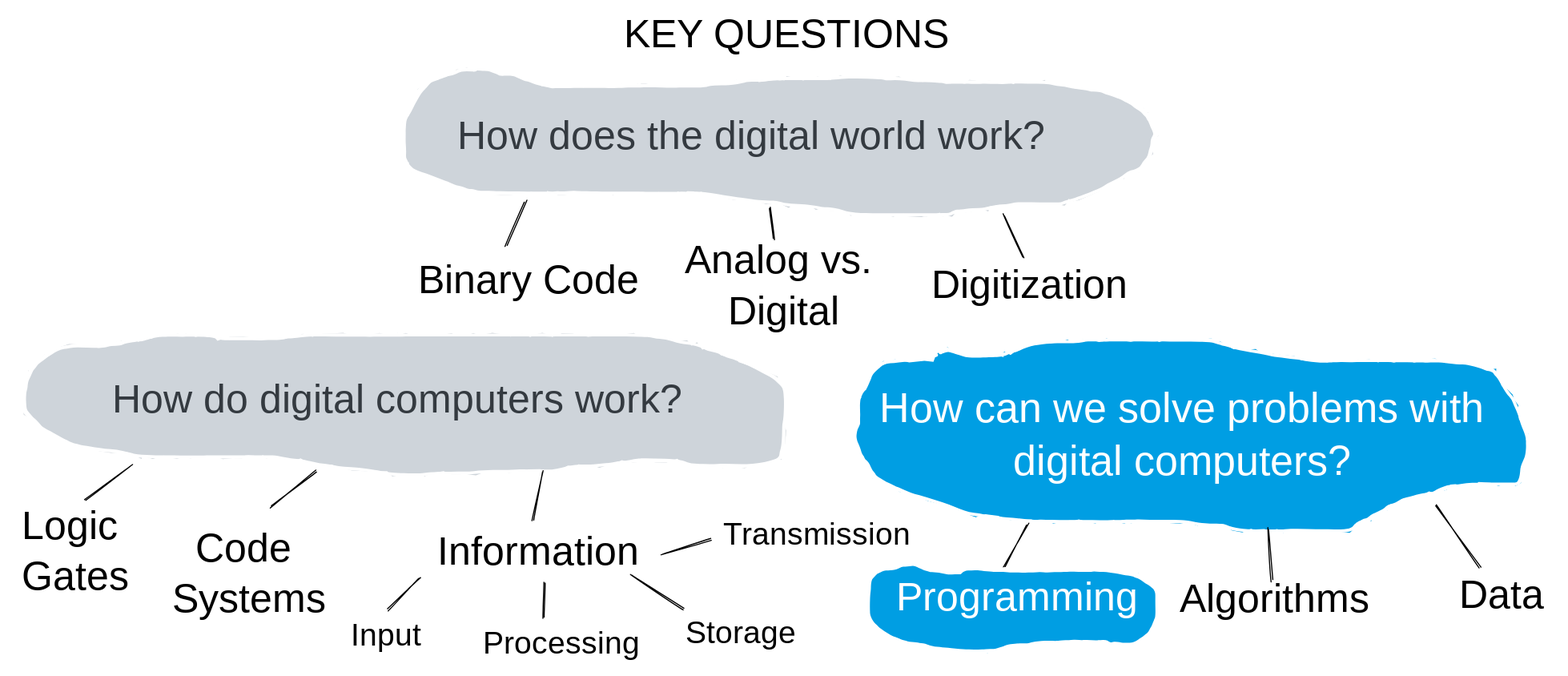
This is .gitbook/assets/file.excalidraw.svg from winf-hsos/winf-docs, a Excalidraw export, as it was before one commit. Source tidied: one line per element, renumbered; positions are measured from the earlier drawing's top-left corner, leaving out a move shared by most shapes.
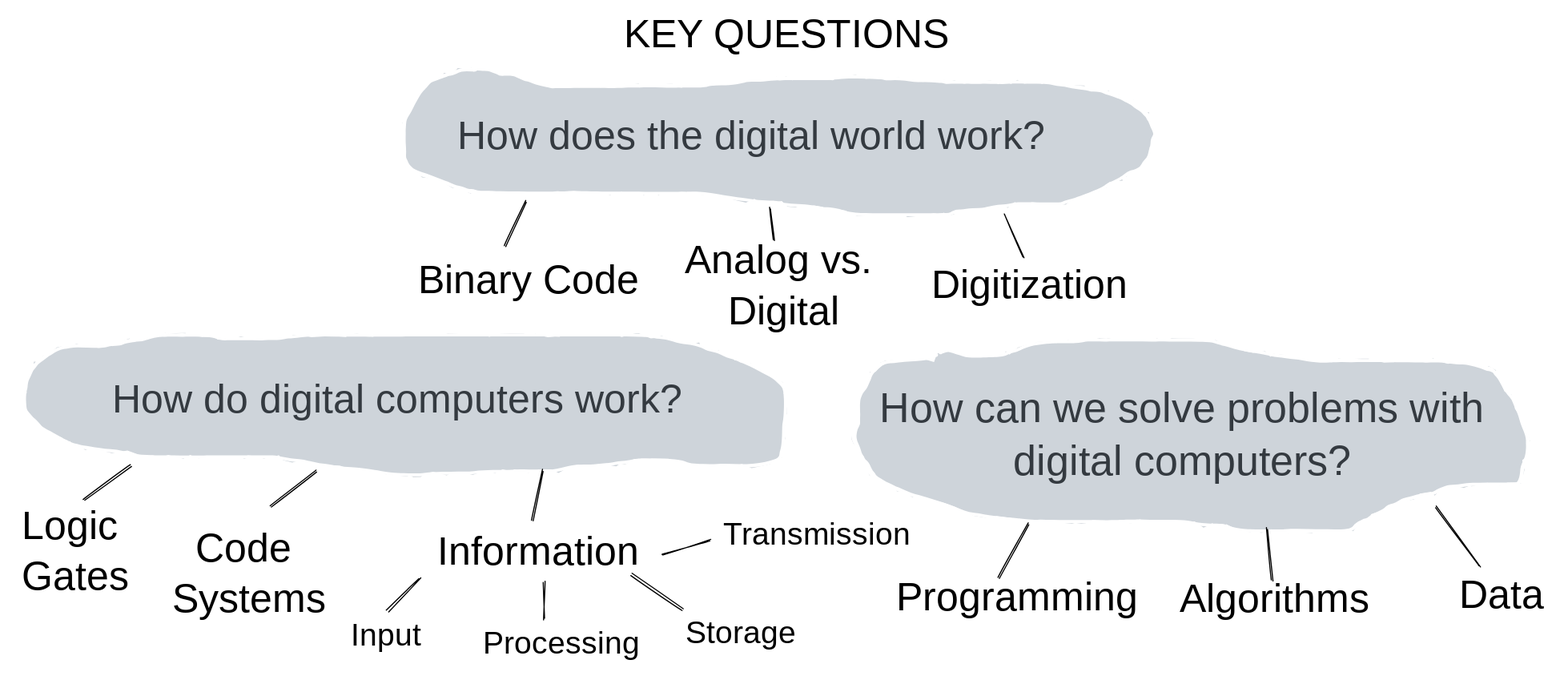
Above is the later version.

The edit, as a diff of the source:
```diff
@@ -1,16 +1,15 @@
-{"id": 0, "type": "line", "strokeColor": "#000000", "backgroundColor": "#009ee3", "fillStyle": "solid", "strokeWidth": 1, "roughness": 1, "round": true, "x": 881, "y": 506, "width": 26, "height": 48, "points": [[0, 0], [26, -48]]}
-{"id": 1, "type": "freedraw", "strokeColor": "#fff", "backgroundColor": "#009ee3", "fillStyle": "solid", "strokeWidth": 1, "roughness": 1, "x": 846, "y": 500, "width": 261, "height": 79, "points": [[0, 0], [-20, -2], [-40, -8], [-54, -6], [-76, 0], [-82, 14], [-83, 33], [-78, 48], [-55, 62], [-25, 69], [23, 71], [49, 66], [79, 64], [112, 63], [133, 66], [154, 66], [167, 58], [178, 41], [178, 23], [168, 8], [146, 1], [105, -2], [78, -2], [52, -2], [14, -3], [1, -2]]}
-{"id": 2, "type": "freedraw", "strokeColor": "#fff", "backgroundColor": "#ced4da", "fillStyle": "solid", "strokeWidth": 1, "roughness": 1, "x": 81, "y": 298, "width": 680, "height": 125, "points": [[-5, 0], [-57, 14], [-70, 45], [-58, 70], [-20, 90], [65, 99], [128, 99], [186, 104], [276, 115], [350, 112], [417, 109], [475, 102], [526, 107], [596, 106], [610, 62], [596, 26], [535, 2], [474, -10], [393, -10], [310, -10], [246, -10], [170, -8], [115, -6], [65, -10], [25, -5]]}
+{"id": 34, "type": "line", "strokeColor": "#000000", "backgroundColor": "#009ee3", "fillStyle": "solid", "strokeWidth": 1, "roughness": 1, "round": true, "x": 881, "y": 506, "width": 26, "height": 48, "points": [[0, 0], [26, -48]]}
+{"id": 35, "type": "freedraw", "strokeColor": "#fff", "backgroundColor": "#ced4da", "fillStyle": "solid", "strokeWidth": 1, "roughness": 1, "x": 81, "y": 298, "width": 680, "height": 125, "points": [[-5, 0], [-57, 14], [-70, 45], [-58, 70], [-20, 90], [65, 99], [128, 99], [186, 104], [276, 115], [350, 112], [417, 109], [475, 102], [526, 107], [596, 106], [610, 62], [596, 26], [535, 2], [474, -10], [393, -10], [310, -10], [246, -10], [170, -8], [115, -6], [65, -10], [25, -5]]}
 {"id": 3, "type": "text", "text": "How do digital computers work?", "strokeColor": "#343a40", "backgroundColor": "#ced4da", "fillStyle": "solid", "strokeWidth": 1, "roughness": 1, "fontSize": 36, "fontFamily": 1, "x": 90, "y": 326, "width": 550, "height": 46}
-{"id": 4, "type": "freedraw", "strokeColor": "#fff", "backgroundColor": "#ced4da", "fillStyle": "solid", "strokeWidth": 1, "roughness": 1, "x": 414, "y": 52, "width": 672, "height": 131, "points": [[0, 0], [-46, 16], [-64, 64], [-27, 101], [22, 110], [91, 110], [158, 110], [248, 117], [330, 126], [414, 130], [472, 122], [557, 107], [597, 85], [602, 43], [565, 21], [491, 11], [429, 11], [366, 8], [283, 8], [218, 13], [160, 14], [110, 14], [69, 14], [24, 3], [0, 0]]}
+{"id": 36, "type": "freedraw", "strokeColor": "#fff", "backgroundColor": "#ced4da", "fillStyle": "solid", "strokeWidth": 1, "roughness": 1, "x": 414, "y": 52, "width": 672, "height": 131, "points": [[0, 0], [-46, 16], [-64, 64], [-27, 101], [22, 110], [91, 110], [158, 110], [248, 117], [330, 126], [414, 130], [472, 122], [557, 107], [597, 85], [602, 43], [565, 21], [491, 11], [429, 11], [366, 8], [283, 8], [218, 13], [160, 14], [110, 14], [69, 14], [24, 3], [0, 0]]}
 {"id": 5, "type": "text", "text": "How does the digital world work?", "strokeColor": "#343a40", "backgroundColor": "#ced4da", "fillStyle": "solid", "strokeWidth": 1, "roughness": 1, "fontSize": 36, "fontFamily": 1, "x": 398, "y": 91, "width": 578, "height": 46}
-{"id": 6, "type": "freedraw", "strokeColor": "#fff", "backgroundColor": "#009ee3", "fillStyle": "solid", "strokeWidth": 1, "roughness": 1, "x": 825, "y": 307, "width": 602, "height": 170, "points": [[0, 0], [-58, 17], [-70, 48], [-72, 80], [-57, 107], [-7, 129], [92, 149], [155, 149], [197, 149], [251, 152], [311, 157], [369, 157], [403, 137], [448, 122], [501, 115], [528, 87], [513, 35], [485, 10], [434, 5], [359, 5], [297, 0], [229, -13], [150, -13], [99, -12], [48, 0], [10, -5]]}
+{"id": 37, "type": "freedraw", "strokeColor": "#fff", "backgroundColor": "#ced4da", "fillStyle": "solid", "strokeWidth": 1, "roughness": 1, "x": 825, "y": 307, "width": 602, "height": 170, "points": [[0, 0], [-58, 17], [-70, 48], [-72, 80], [-57, 107], [-7, 129], [92, 149], [155, 149], [197, 149], [251, 152], [311, 157], [369, 157], [403, 137], [448, 122], [501, 115], [528, 87], [513, 35], [485, 10], [434, 5], [359, 5], [297, 0], [229, -13], [150, -13], [99, -12], [48, 0], [10, -5]]}
-{"id": 7, "type": "text", "text": "How can we solve problems with\ndigital computers?", "strokeColor": "#fff", "backgroundColor": "#ced4da", "fillStyle": "solid", "strokeWidth": 1, "roughness": 1, "fontSize": 36.85, "fontFamily": 1, "textAlign": "center", "x": 762, "y": 334, "width": 565, "height": 93}
+{"id": 7, "type": "text", "text": "How can we solve problems with\ndigital computers?", "strokeColor": "#343a40", "backgroundColor": "#ced4da", "fillStyle": "solid", "strokeWidth": 1, "roughness": 1, "fontSize": 36.85, "fontFamily": 1, "textAlign": "center", "x": 762, "y": 334, "width": 565, "height": 93}
 {"id": 8, "type": "text", "text": "KEY QUESTIONS", "strokeColor": "#000000", "backgroundColor": "#009ee3", "fillStyle": "solid", "strokeWidth": 1, "roughness": 1, "fontSize": 36, "fontFamily": 1, "textAlign": "center", "x": 540, "y": 0, "width": 302, "height": 46}
 {"id": 9, "type": "text", "text": "Code \nSystems", "strokeColor": "#000000", "backgroundColor": "#009ee3", "fillStyle": "solid", "strokeWidth": 1, "roughness": 1, "fontSize": 36, "fontFamily": 1, "textAlign": "center", "x": 141, "y": 458, "width": 143, "height": 91}
 {"id": 10, "type": "text", "text": "Binary Code", "strokeColor": "#000000", "backgroundColor": "#009ee3", "fillStyle": "solid", "strokeWidth": 1, "roughness": 1, "fontSize": 36, "fontFamily": 1, "textAlign": "center", "x": 356, "y": 220, "width": 211, "height": 46}
 {"id": 11, "type": "text", "text": "Digitization", "strokeColor": "#000000", "backgroundColor": "#009ee3", "fillStyle": "solid", "strokeWidth": 1, "roughness": 1, "fontSize": 36, "fontFamily": 1, "textAlign": "center", "x": 807, "y": 224, "width": 202, "height": 46}
-{"id": 12, "type": "text", "text": "Programming", "strokeColor": "#fff", "backgroundColor": "#009ee3", "fillStyle": "solid", "strokeWidth": 1, "roughness": 1, "fontSize": 36, "fontFamily": 1, "textAlign": "center", "x": 794, "y": 502, "width": 207, "height": 46}
+{"id": 12, "type": "text", "text": "Programming", "strokeColor": "#000000", "backgroundColor": "#009ee3", "fillStyle": "solid", "strokeWidth": 1, "roughness": 1, "fontSize": 36, "fontFamily": 1, "textAlign": "center", "x": 794, "y": 502, "width": 207, "height": 46}
 {"id": 13, "type": "text", "text": "Algorithms", "strokeColor": "#000000", "backgroundColor": "#009ee3", "fillStyle": "solid", "strokeWidth": 1, "roughness": 1, "fontSize": 36, "fontFamily": 1, "textAlign": "center", "x": 1038, "y": 504, "width": 177, "height": 46}
 {"id": 14, "type": "text", "text": "Analog vs. \nDigital", "strokeColor": "#000000", "backgroundColor": "#009ee3", "fillStyle": "solid", "strokeWidth": 1, "roughness": 1, "fontSize": 36, "fontFamily": 1, "textAlign": "center", "x": 591, "y": 201, "width": 197, "height": 91}
 {"id": 15, "type": "text", "text": "Data", "strokeColor": "#000000", "backgroundColor": "#009ee3", "fillStyle": "solid", "strokeWidth": 1, "roughness": 1, "fontSize": 36, "fontFamily": 1, "textAlign": "center", "x": 1280, "y": 500, "width": 98, "height": 46}
@@ -19,16 +18,16 @@
 {"id": 18, "type": "text", "text": "Input", "strokeColor": "#000000", "backgroundColor": "#009ee3", "fillStyle": "solid", "strokeWidth": 1, "roughness": 1, "fontSize": 28, "fontFamily": 1, "textAlign": "center", "x": 296, "y": 541, "width": 76, "height": 35}
 {"id": 19, "type": "text", "text": "Storage", "strokeColor": "#000000", "backgroundColor": "#009ee3", "fillStyle": "solid", "strokeWidth": 1, "roughness": 1, "fontSize": 28, "fontFamily": 1, "textAlign": "center", "x": 596, "y": 538, "width": 110, "height": 35}
 {"id": 20, "type": "text", "text": "Processing", "strokeColor": "#000000", "backgroundColor": "#009ee3", "fillStyle": "solid", "strokeWidth": 1, "roughness": 1, "fontSize": 28, "fontFamily": 1, "textAlign": "center", "x": 420, "y": 548, "width": 141, "height": 35}
-{"id": 21, "type": "line", "strokeColor": "#000000", "backgroundColor": "#009ee3", "fillStyle": "solid", "strokeWidth": 1, "roughness": 1, "round": true, "x": 364, "y": 506, "width": 29, "height": 29, "points": [[0, 0], [-29, 29]]}
-{"id": 22, "type": "line", "strokeColor": "#000000", "backgroundColor": "#009ee3", "fillStyle": "solid", "strokeWidth": 1, "roughness": 1, "round": true, "x": 553, "y": 502, "width": 46, "height": 30, "points": [[0, 0], [46, 30]]}
-{"id": 23, "type": "line", "strokeColor": "#000000", "backgroundColor": "#009ee3", "fillStyle": "solid", "strokeWidth": 1, "roughness": 1, "round": true, "x": 475, "y": 510, "width": 0, "height": 32, "points": [[0, 0], [0, 32]]}
-{"id": 24, "type": "line", "strokeColor": "#000000", "backgroundColor": "#009ee3", "fillStyle": "solid", "strokeWidth": 1, "roughness": 1, "round": true, "x": 1126, "y": 508, "width": 5, "height": 46, "points": [[0, 0], [-5, -46]]}
-{"id": 25, "type": "line", "strokeColor": "#000000", "backgroundColor": "#009ee3", "fillStyle": "solid", "strokeWidth": 1, "roughness": 1, "round": true, "x": 1310, "y": 496, "width": 40, "height": 54, "points": [[0, 0], [-40, -54]]}
-{"id": 26, "type": "line", "strokeColor": "#000000", "backgroundColor": "#009ee3", "fillStyle": "solid", "strokeWidth": 1, "roughness": 1, "round": true, "x": 66, "y": 436, "width": 42, "height": 30, "points": [[0, 0], [42, -30]]}
-{"id": 27, "type": "line", "strokeColor": "#000000", "backgroundColor": "#009ee3", "fillStyle": "solid", "strokeWidth": 1, "roughness": 1, "round": true, "x": 231, "y": 442, "width": 40, "height": 32, "points": [[0, 0], [40, -32]]}
-{"id": 28, "type": "line", "strokeColor": "#000000", "backgroundColor": "#009ee3", "fillStyle": "solid", "strokeWidth": 1, "roughness": 1, "round": true, "x": 466, "y": 454, "width": 8, "height": 43, "points": [[0, 0], [8, -43]]}
-{"id": 29, "type": "line", "strokeColor": "#000000", "backgroundColor": "#009ee3", "fillStyle": "solid", "strokeWidth": 1, "roughness": 1, "round": true, "x": 902, "y": 219, "width": 16, "height": 37, "points": [[0, 0], [-16, -37]]}
-{"id": 30, "type": "line", "strokeColor": "#000000", "backgroundColor": "#009ee3", "fillStyle": "solid", "strokeWidth": 1, "roughness": 1, "round": true, "x": 680, "y": 204, "width": 3, "height": 29, "points": [[0, 0], [-3, -29]]}
-{"id": 31, "type": "line", "strokeColor": "#000000", "backgroundColor": "#009ee3", "fillStyle": "solid", "strokeWidth": 1, "roughness": 1, "round": true, "x": 441, "y": 210, "width": 18, "height": 40, "points": [[0, 0], [18, -40]]}
+{"id": 38, "type": "line", "strokeColor": "#000000", "backgroundColor": "#009ee3", "fillStyle": "solid", "strokeWidth": 1, "roughness": 1, "round": true, "x": 364, "y": 506, "width": 29, "height": 29, "points": [[0, 0], [-29, 29]]}
+{"id": 39, "type": "line", "strokeColor": "#000000", "backgroundColor": "#009ee3", "fillStyle": "solid", "strokeWidth": 1, "roughness": 1, "round": true, "x": 553, "y": 502, "width": 46, "height": 30, "points": [[0, 0], [46, 30]]}
+{"id": 40, "type": "line", "strokeColor": "#000000", "backgroundColor": "#009ee3", "fillStyle": "solid", "strokeWidth": 1, "roughness": 1, "round": true, "x": 475, "y": 510, "width": 0, "height": 32, "points": [[0, 0], [0, 32]]}
+{"id": 41, "type": "line", "strokeColor": "#000000", "backgroundColor": "#009ee3", "fillStyle": "solid", "strokeWidth": 1, "roughness": 1, "round": true, "x": 1126, "y": 508, "width": 5, "height": 46, "points": [[0, 0], [-5, -46]]}
+{"id": 42, "type": "line", "strokeColor": "#000000", "backgroundColor": "#009ee3", "fillStyle": "solid", "strokeWidth": 1, "roughness": 1, "round": true, "x": 1310, "y": 496, "width": 40, "height": 54, "points": [[0, 0], [-40, -54]]}
+{"id": 43, "type": "line", "strokeColor": "#000000", "backgroundColor": "#009ee3", "fillStyle": "solid", "strokeWidth": 1, "roughness": 1, "round": true, "x": 66, "y": 436, "width": 42, "height": 30, "points": [[0, 0], [42, -30]]}
+{"id": 44, "type": "line", "strokeColor": "#000000", "backgroundColor": "#009ee3", "fillStyle": "solid", "strokeWidth": 1, "roughness": 1, "round": true, "x": 231, "y": 442, "width": 40, "height": 32, "points": [[0, 0], [40, -32]]}
+{"id": 45, "type": "line", "strokeColor": "#000000", "backgroundColor": "#009ee3", "fillStyle": "solid", "strokeWidth": 1, "roughness": 1, "round": true, "x": 466, "y": 454, "width": 8, "height": 43, "points": [[0, 0], [8, -43]]}
+{"id": 46, "type": "line", "strokeColor": "#000000", "backgroundColor": "#009ee3", "fillStyle": "solid", "strokeWidth": 1, "roughness": 1, "round": true, "x": 902, "y": 219, "width": 16, "height": 37, "points": [[0, 0], [-16, -37]]}
+{"id": 47, "type": "line", "strokeColor": "#000000", "backgroundColor": "#009ee3", "fillStyle": "solid", "strokeWidth": 1, "roughness": 1, "round": true, "x": 680, "y": 204, "width": 3, "height": 29, "points": [[0, 0], [-3, -29]]}
+{"id": 48, "type": "line", "strokeColor": "#000000", "backgroundColor": "#009ee3", "fillStyle": "solid", "strokeWidth": 1, "roughness": 1, "round": true, "x": 441, "y": 210, "width": 18, "height": 40, "points": [[0, 0], [18, -40]]}
 {"id": 32, "type": "text", "text": "Transmission", "strokeColor": "#000000", "backgroundColor": "#009ee3", "fillStyle": "solid", "strokeWidth": 1, "roughness": 1, "fontSize": 28, "fontFamily": 1, "textAlign": "center", "x": 632, "y": 451, "width": 173, "height": 35}
-{"id": 33, "type": "line", "strokeColor": "#000000", "backgroundColor": "#009ee3", "fillStyle": "solid", "strokeWidth": 1, "roughness": 1, "round": true, "x": 580, "y": 484, "width": 43, "height": 13, "points": [[0, 0], [43, -13]]}
+{"id": 49, "type": "line", "strokeColor": "#000000", "backgroundColor": "#009ee3", "fillStyle": "solid", "strokeWidth": 1, "roughness": 1, "round": true, "x": 580, "y": 484, "width": 43, "height": 13, "points": [[0, 0], [43, -13]]}
```
